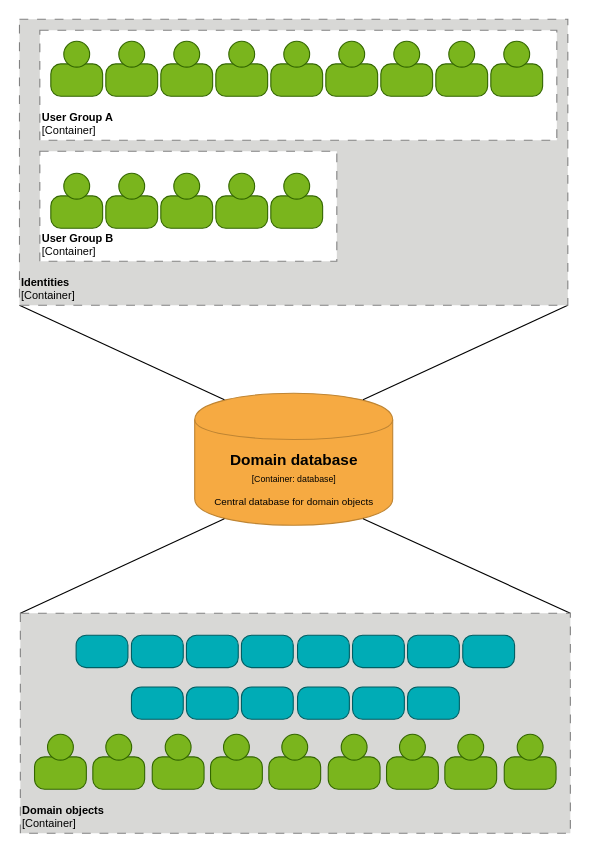
univention/univention-corporate-server keeps this draw.io diagram as page "Domain database" (3 of 3) of doc/architecture/images/concepts.drawio. Above is the earlier version. Source tidied: cells renumbered, new cells numbered last; positions are measured from the earlier drawing's top-left corner, leaving out a move shared by most shapes. Both pictures are drawn from the tidied source at 110%, with x=0, y=0 at pixel (19, 19).
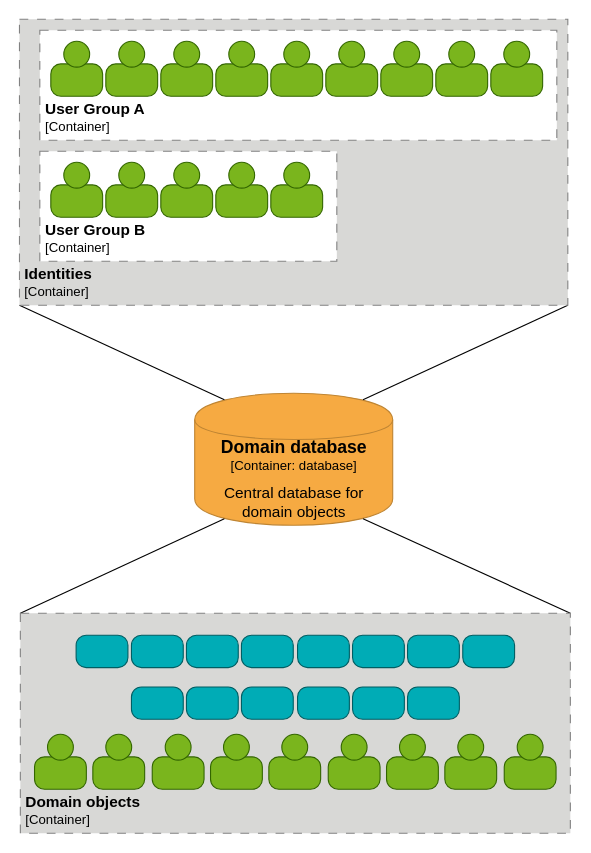
The same page after the edit.

What changed in the source:
```diff
@@
-    <mxCell id="2" value="&lt;div style=&quot;white-space: normal;&quot;&gt;&lt;span style=&quot;font-size: 14px&quot;&gt;&lt;b&gt;Domain database&lt;/b&gt;&lt;/span&gt;&lt;/div&gt;&lt;div style=&quot;font-size: 12px; white-space: normal;&quot;&gt;&lt;font style=&quot;font-size: 8px&quot;&gt;[Container: database]&lt;/font&gt;&lt;/div&gt;&lt;div style=&quot;white-space: normal; font-size: 8px;&quot;&gt;&lt;font style=&quot;line-height: 9.6px&quot;&gt;&lt;br&gt;&lt;/font&gt;&lt;/div&gt;&lt;div style=&quot;white-space: normal;&quot;&gt;Central database for domain objects&lt;/div&gt;" style="shape=cylinder;whiteSpace=wrap;html=1;boundedLbl=1;backgroundOutline=1;strokeColor=#BF8533;strokeWidth=1;fillColor=#F6AA42;fontSize=9;fontColor=#000000;align=center;labelBackgroundColor=none;" parent="1" vertex="1">
+    <mxCell id="2" value="&lt;div style=&quot;white-space: normal&quot;&gt;&lt;b&gt;&lt;font style=&quot;font-size: 16px&quot;&gt;Domain database&lt;/font&gt;&lt;/b&gt;&lt;/div&gt;&lt;div style=&quot;white-space: normal&quot;&gt;&lt;font style=&quot;font-size: 12px&quot;&gt;[Container: database]&lt;/font&gt;&lt;/div&gt;&lt;div style=&quot;white-space: normal ; font-size: 8px&quot;&gt;&lt;font style=&quot;line-height: 9.6px&quot;&gt;&lt;br&gt;&lt;/font&gt;&lt;/div&gt;&lt;div style=&quot;white-space: normal&quot;&gt;&lt;font style=&quot;font-size: 14px&quot;&gt;Central database for&lt;/font&gt;&lt;/div&gt;&lt;div style=&quot;white-space: normal&quot;&gt;&lt;font style=&quot;font-size: 14px&quot;&gt;domain objects&lt;/font&gt;&lt;/div&gt;" style="shape=cylinder;whiteSpace=wrap;html=1;boundedLbl=1;backgroundOutline=1;strokeColor=#BF8533;strokeWidth=1;fillColor=#F6AA42;fontSize=9;fontColor=#000000;align=center;labelBackgroundColor=none;" parent="1" vertex="1">
       <mxGeometry x="159.5" y="340" width="180" height="120" as="geometry" />
     </mxCell>
@@
-    <mxCell id="7" value="&lt;font style=&quot;font-size: 10px&quot;&gt;&lt;b&gt;Identities&lt;/b&gt;&lt;br style=&quot;font-size: 10px&quot;&gt;[Container]&lt;/font&gt;" style="rounded=0;whiteSpace=wrap;html=1;strokeColor=#828282;fillColor=#D8D8D6;fontColor=#000000;align=left;labelPosition=center;verticalLabelPosition=middle;verticalAlign=bottom;dashed=1;strokeWidth=1;perimeterSpacing=0;spacing=2;spacingTop=0;fontSize=10;dashPattern=8 8;labelBackgroundColor=none;" parent="1" vertex="1">
+    <mxCell id="7" value="&lt;font&gt;&lt;b&gt;&lt;font style=&quot;font-size: 14px&quot;&gt;Identities&lt;/font&gt;&lt;/b&gt;&lt;br style=&quot;font-size: 10px&quot;&gt;&lt;font style=&quot;font-size: 12px&quot;&gt;[Container]&lt;/font&gt;&lt;/font&gt;" style="rounded=0;whiteSpace=wrap;html=1;strokeColor=#828282;fillColor=#D8D8D6;fontColor=#000000;align=left;labelPosition=center;verticalLabelPosition=middle;verticalAlign=bottom;dashed=1;strokeWidth=1;perimeterSpacing=0;spacing=5;spacingTop=0;fontSize=10;dashPattern=8 8;labelBackgroundColor=none;" parent="1" vertex="1">
       <mxGeometry x="0.2" width="498.5" height="260" as="geometry" />
     </mxCell>
-    <mxCell id="8" value="&lt;font style=&quot;font-size: 10px&quot;&gt;&lt;b&gt;User Group B&lt;/b&gt;&lt;br style=&quot;font-size: 10px&quot;&gt;[Container]&lt;/font&gt;" style="rounded=0;whiteSpace=wrap;html=1;strokeColor=#828282;fillColor=default;fontColor=#000000;align=left;labelPosition=center;verticalLabelPosition=middle;verticalAlign=bottom;dashed=1;strokeWidth=1;perimeterSpacing=0;spacing=2;spacingTop=0;fontSize=10;dashPattern=8 8;labelBackgroundColor=none;" parent="1" vertex="1">
+    <mxCell id="8" value="&lt;font&gt;&lt;b&gt;&lt;font style=&quot;font-size: 14px&quot;&gt;User Group B&lt;/font&gt;&lt;/b&gt;&lt;br style=&quot;font-size: 10px&quot;&gt;&lt;font style=&quot;font-size: 12px&quot;&gt;[Container]&lt;/font&gt;&lt;/font&gt;" style="rounded=0;whiteSpace=wrap;html=1;strokeColor=#828282;fillColor=default;fontColor=#000000;align=left;labelPosition=center;verticalLabelPosition=middle;verticalAlign=bottom;dashed=1;strokeWidth=1;perimeterSpacing=0;spacing=5;spacingTop=0;fontSize=10;dashPattern=8 8;labelBackgroundColor=none;" parent="1" vertex="1">
       <mxGeometry x="18.7" y="120" width="270" height="100" as="geometry" />
     </mxCell>
     <mxCell id="9" style="group;" parent="1" vertex="1">
-      <mxGeometry x="28.7" y="140" width="47.1" height="50" as="geometry" />
+      <mxGeometry x="28.7" y="130" width="47.1" height="50" as="geometry" />
     </mxCell>
@@
     <mxCell id="12" style="group;" parent="1" vertex="1">
-      <mxGeometry x="78.7" y="140" width="47.1" height="50" as="geometry" />
+      <mxGeometry x="78.7" y="130" width="47.1" height="50" as="geometry" />
     </mxCell>
@@
     <mxCell id="15" style="group;" parent="1" vertex="1">
-      <mxGeometry x="128.7" y="140" width="47.1" height="50" as="geometry" />
+      <mxGeometry x="128.7" y="130" width="47.1" height="50" as="geometry" />
     </mxCell>
@@
     <mxCell id="18" style="group;" parent="1" vertex="1">
-      <mxGeometry x="178.7" y="140" width="47.1" height="50" as="geometry" />
+      <mxGeometry x="178.7" y="130" width="47.1" height="50" as="geometry" />
     </mxCell>
@@
     <mxCell id="21" style="group;" parent="1" vertex="1">
-      <mxGeometry x="228.7" y="140" width="47.1" height="50" as="geometry" />
+      <mxGeometry x="228.7" y="130" width="47.1" height="50" as="geometry" />
     </mxCell>
@@
-    <mxCell id="24" value="&lt;font style=&quot;font-size: 10px&quot;&gt;&lt;b&gt;User Group A&lt;/b&gt;&lt;br style=&quot;font-size: 10px&quot;&gt;[Container]&lt;/font&gt;" style="rounded=0;whiteSpace=wrap;html=1;strokeColor=#828282;fillColor=default;fontColor=#000000;align=left;labelPosition=center;verticalLabelPosition=middle;verticalAlign=bottom;dashed=1;strokeWidth=1;perimeterSpacing=0;spacing=2;spacingTop=0;fontSize=10;dashPattern=8 8;labelBackgroundColor=none;" parent="1" vertex="1">
+    <mxCell id="24" value="&lt;font&gt;&lt;b&gt;&lt;font style=&quot;font-size: 14px&quot;&gt;User Group A&lt;/font&gt;&lt;/b&gt;&lt;br style=&quot;font-size: 10px&quot;&gt;&lt;font style=&quot;font-size: 12px&quot;&gt;[Container]&lt;/font&gt;&lt;/font&gt;" style="rounded=0;whiteSpace=wrap;html=1;strokeColor=#828282;fillColor=default;fontColor=#000000;align=left;labelPosition=center;verticalLabelPosition=middle;verticalAlign=bottom;dashed=1;strokeWidth=1;perimeterSpacing=0;spacing=5;spacingTop=0;fontSize=10;dashPattern=8 8;labelBackgroundColor=none;" parent="1" vertex="1">
       <mxGeometry x="18.7" y="10" width="470" height="100" as="geometry" />
     </mxCell>
@@
-    <mxCell id="52" value="&lt;font style=&quot;font-size: 10px&quot;&gt;&lt;b&gt;Domain objects&lt;/b&gt;&lt;br style=&quot;font-size: 10px&quot;&gt;[Container]&lt;/font&gt;" style="rounded=0;whiteSpace=wrap;html=1;strokeColor=#828282;fillColor=#D8D8D6;fontColor=#000000;align=left;labelPosition=center;verticalLabelPosition=middle;verticalAlign=bottom;dashed=1;strokeWidth=1;perimeterSpacing=0;spacing=2;spacingTop=0;fontSize=10;dashPattern=8 8;labelBackgroundColor=none;" parent="1" vertex="1">
+    <mxCell id="52" value="&lt;font&gt;&lt;b&gt;&lt;font style=&quot;font-size: 14px&quot;&gt;Domain objects&lt;/font&gt;&lt;/b&gt;&lt;br style=&quot;font-size: 10px&quot;&gt;&lt;font style=&quot;font-size: 12px&quot;&gt;[Container]&lt;/font&gt;&lt;/font&gt;" style="rounded=0;whiteSpace=wrap;html=1;strokeColor=#828282;fillColor=#D8D8D6;fontColor=#000000;align=left;labelPosition=center;verticalLabelPosition=middle;verticalAlign=bottom;dashed=1;strokeWidth=1;perimeterSpacing=0;spacing=5;spacingTop=0;fontSize=10;dashPattern=8 8;labelBackgroundColor=none;" parent="1" vertex="1">
       <mxGeometry x="1" y="540" width="500" height="200" as="geometry" />
     </mxCell>
```
